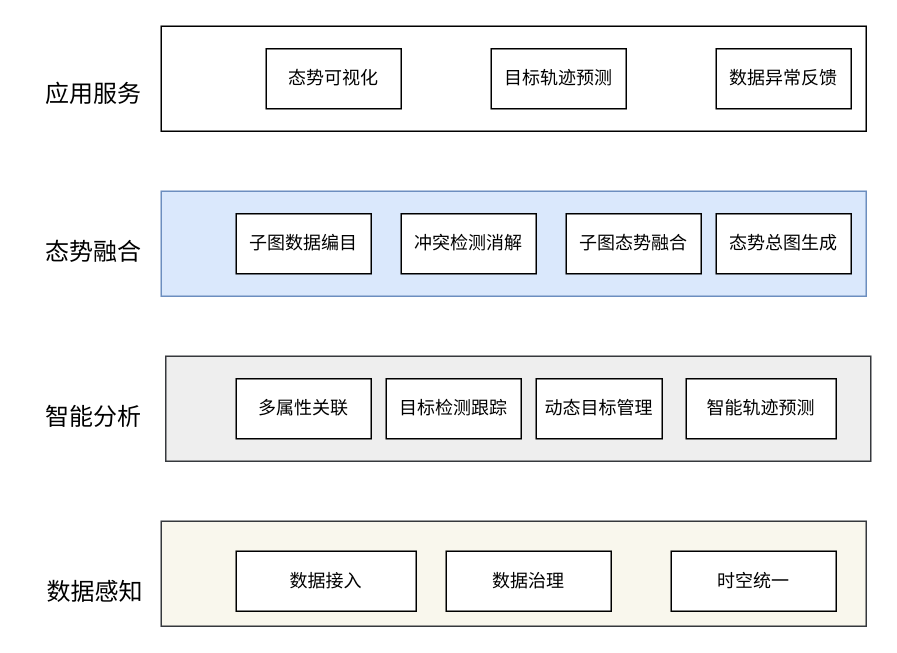
This is page "软件业务架构" (11 of 14) of 态势感知体系图.drawio from paleblackless/diagrams, a draw.io file, before an edit. Source tidied: cells renumbered, new cells numbered last; positions are measured from the earlier drawing's top-left corner, leaving out a move shared by most shapes. Both pictures are drawn from the tidied source at 150%, with x=0, y=0 at pixel (40, 26).
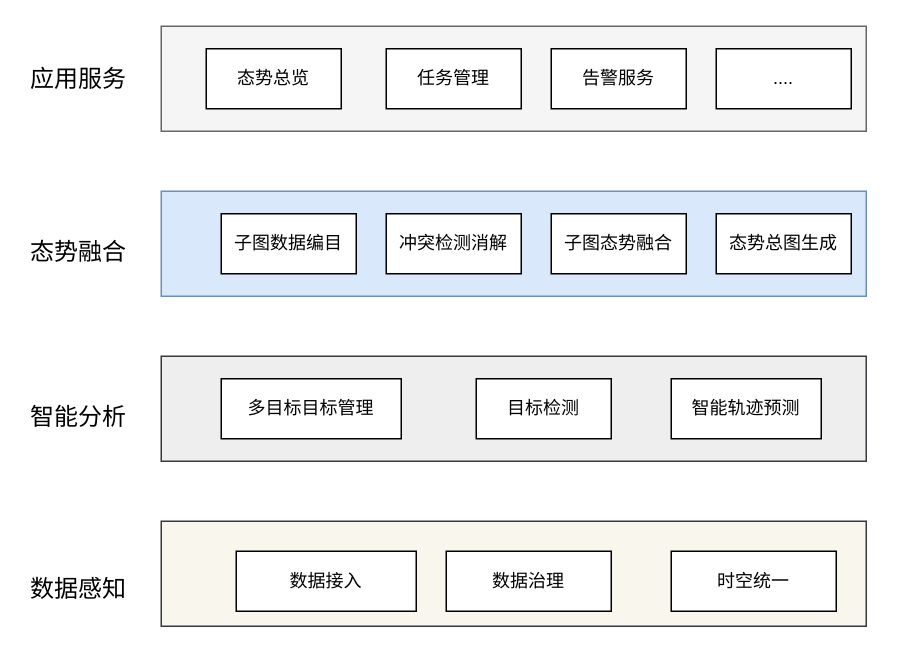
The same diagram, later.

What changed in the source:
```diff
@@
     <mxCell id="3" style="rounded=0;whiteSpace=wrap;html=1;fillColor=#eeeeee;strokeColor=#36393d;" parent="1" vertex="1">
-      <mxGeometry x="83" y="220" width="470" height="70" as="geometry" />
+      <mxGeometry x="80" y="220" width="470" height="70" as="geometry" />
     </mxCell>
@@
-    <mxCell id="8" value="目标检测跟踪" style="rounded=0;whiteSpace=wrap;html=1;" parent="1" vertex="1">
-      <mxGeometry x="230" y="235" width="90" height="40" as="geometry" />
+    <mxCell id="8" value="目标检测" style="rounded=0;whiteSpace=wrap;html=1;" parent="1" vertex="1">
+      <mxGeometry x="290" y="235" width="90" height="40" as="geometry" />
     </mxCell>
-    <mxCell id="9" value="动态目标管理" style="rounded=0;whiteSpace=wrap;html=1;" parent="1" vertex="1">
-      <mxGeometry x="330" y="235" width="84" height="40" as="geometry" />
+    <mxCell id="9" value="多目标&lt;span style=&quot;background-color: transparent; color: light-dark(rgb(0, 0, 0), rgb(255, 255, 255));&quot;&gt;目标管理&lt;/span&gt;" style="rounded=0;whiteSpace=wrap;html=1;" parent="1" vertex="1">
+      <mxGeometry x="120" y="235" width="120" height="40" as="geometry" />
     </mxCell>
     <mxCell id="10" value="智能轨迹预测" style="rounded=0;whiteSpace=wrap;html=1;" parent="1" vertex="1">
-      <mxGeometry x="430" y="235" width="100" height="40" as="geometry" />
+      <mxGeometry x="420" y="235" width="100" height="40" as="geometry" />
     </mxCell>
-    <mxCell id="11" value="多属性关联" style="rounded=0;whiteSpace=wrap;html=1;" parent="1" vertex="1">
-      <mxGeometry x="130" y="235" width="90" height="40" as="geometry" />
-    </mxCell>
     <mxCell id="12" value="子图数据编目" style="rounded=0;whiteSpace=wrap;html=1;" parent="1" vertex="1">
-      <mxGeometry x="130" y="125" width="90" height="40" as="geometry" />
+      <mxGeometry x="120" y="125" width="90" height="40" as="geometry" />
     </mxCell>
     <mxCell id="13" value="冲突检测消解" style="rounded=0;whiteSpace=wrap;html=1;" parent="1" vertex="1">
-      <mxGeometry x="240" y="125" width="90" height="40" as="geometry" />
+      <mxGeometry x="230" y="125" width="90" height="40" as="geometry" />
     </mxCell>
     <mxCell id="14" value="子图态势融合" style="rounded=0;whiteSpace=wrap;html=1;" parent="1" vertex="1">
-      <mxGeometry x="350" y="125" width="90" height="40" as="geometry" />
+      <mxGeometry x="340" y="125" width="90" height="40" as="geometry" />
     </mxCell>
@@
-    <mxCell id="16" style="rounded=0;whiteSpace=wrap;html=1;" parent="1" vertex="1">
+    <mxCell id="16" style="rounded=0;whiteSpace=wrap;html=1;fillColor=#f5f5f5;fontColor=#333333;strokeColor=#666666;" parent="1" vertex="1">
       <mxGeometry x="80" width="470" height="70" as="geometry" />
     </mxCell>
-    <mxCell id="17" value="态势可视化" style="rounded=0;whiteSpace=wrap;html=1;" parent="1" vertex="1">
-      <mxGeometry x="150" y="15" width="90" height="40" as="geometry" />
+    <mxCell id="17" value="态势总览" style="rounded=0;whiteSpace=wrap;html=1;" parent="1" vertex="1">
+      <mxGeometry x="110" y="15" width="90" height="40" as="geometry" />
     </mxCell>
-    <mxCell id="18" value="目标轨迹预测" style="rounded=0;whiteSpace=wrap;html=1;" parent="1" vertex="1">
-      <mxGeometry x="300" y="15" width="90" height="40" as="geometry" />
+    <mxCell id="18" value="任务管理" style="rounded=0;whiteSpace=wrap;html=1;" parent="1" vertex="1">
+      <mxGeometry x="230" y="15" width="90" height="40" as="geometry" />
     </mxCell>
-    <mxCell id="19" value="数据异常反馈" style="rounded=0;whiteSpace=wrap;html=1;" parent="1" vertex="1">
-      <mxGeometry x="450" y="15" width="90" height="40" as="geometry" />
+    <mxCell id="19" value="告警服务" style="rounded=0;whiteSpace=wrap;html=1;" parent="1" vertex="1">
+      <mxGeometry x="340" y="15" width="90" height="40" as="geometry" />
     </mxCell>
     <mxCell id="20" value="&lt;font style=&quot;font-size: 16px;&quot;&gt;应用服务&lt;/font&gt;" style="text;html=1;whiteSpace=wrap;strokeColor=none;fillColor=none;align=center;verticalAlign=middle;rounded=0;" parent="1" vertex="1">
-      <mxGeometry y="30" width="70" height="30" as="geometry" />
+      <mxGeometry x="-10" y="20" width="70" height="30" as="geometry" />
     </mxCell>
     <mxCell id="21" value="&lt;font style=&quot;font-size: 16px;&quot;&gt;态势融合&lt;/font&gt;" style="text;html=1;whiteSpace=wrap;strokeColor=none;fillColor=none;align=center;verticalAlign=middle;rounded=0;" parent="1" vertex="1">
-      <mxGeometry y="135" width="70" height="30" as="geometry" />
+      <mxGeometry x="-10" y="135" width="70" height="30" as="geometry" />
     </mxCell>
     <mxCell id="22" value="&lt;font style=&quot;font-size: 16px;&quot;&gt;智能分析&lt;/font&gt;" style="text;html=1;whiteSpace=wrap;strokeColor=none;fillColor=none;align=center;verticalAlign=middle;rounded=0;" parent="1" vertex="1">
-      <mxGeometry y="245" width="70" height="30" as="geometry" />
+      <mxGeometry x="-10" y="245" width="70" height="30" as="geometry" />
     </mxCell>
     <mxCell id="23" value="&lt;span style=&quot;font-size: 16px;&quot;&gt;数据感知&lt;/span&gt;" style="text;html=1;whiteSpace=wrap;strokeColor=none;fillColor=none;align=center;verticalAlign=middle;rounded=0;" parent="1" vertex="1">
-      <mxGeometry x="1" y="362" width="70" height="30" as="geometry" />
+      <mxGeometry x="-10" y="360" width="70" height="30" as="geometry" />
     </mxCell>
+    <mxCell id="24" value="...." style="rounded=0;whiteSpace=wrap;html=1;" parent="1" vertex="1">
+      <mxGeometry x="450" y="15" width="90" height="40" as="geometry" />
+    </mxCell>
```
